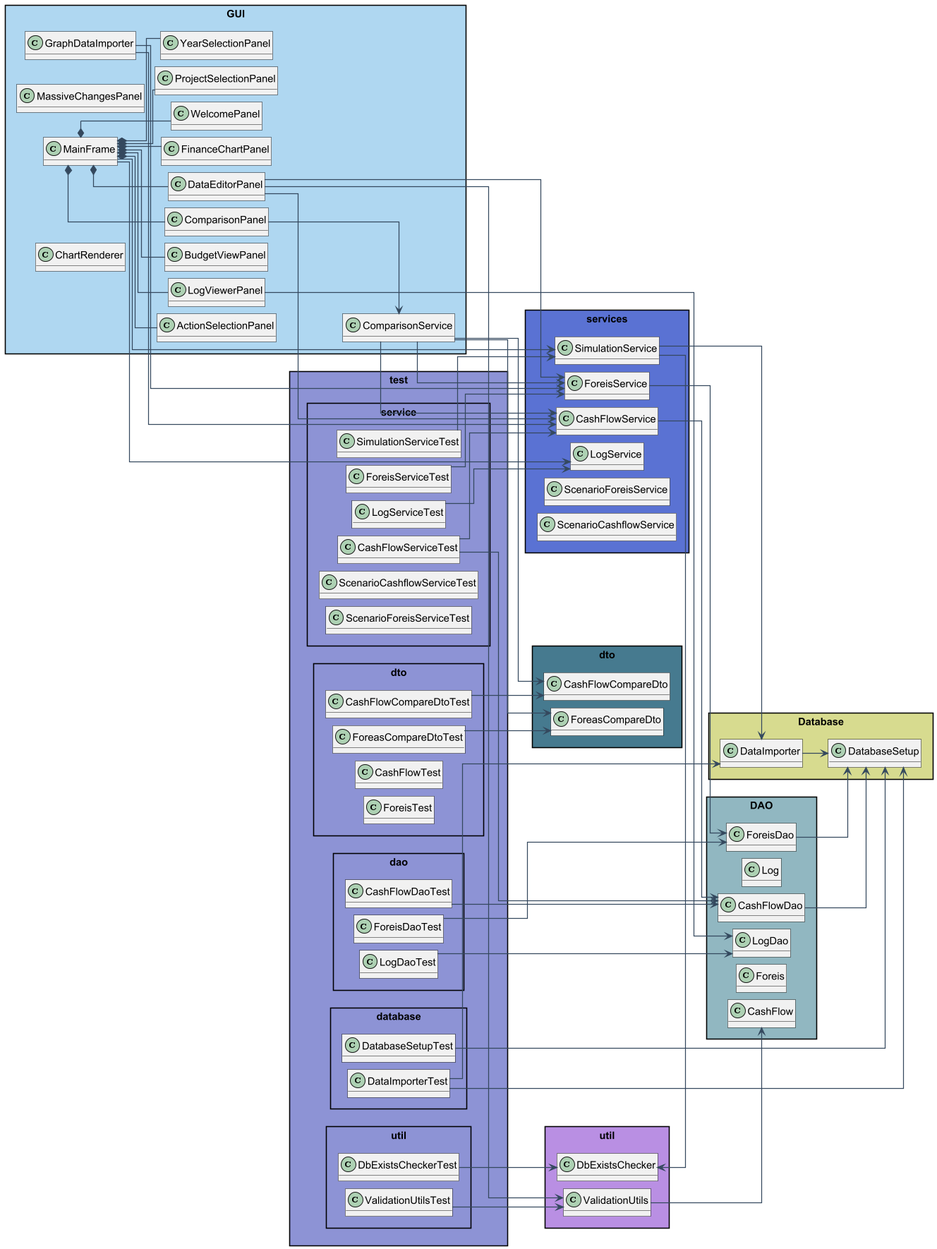
Before: docs/images/project_diagram.png, a diagram exported from PlantUML (FilothodorosChristos/404_NOT_FOUND).
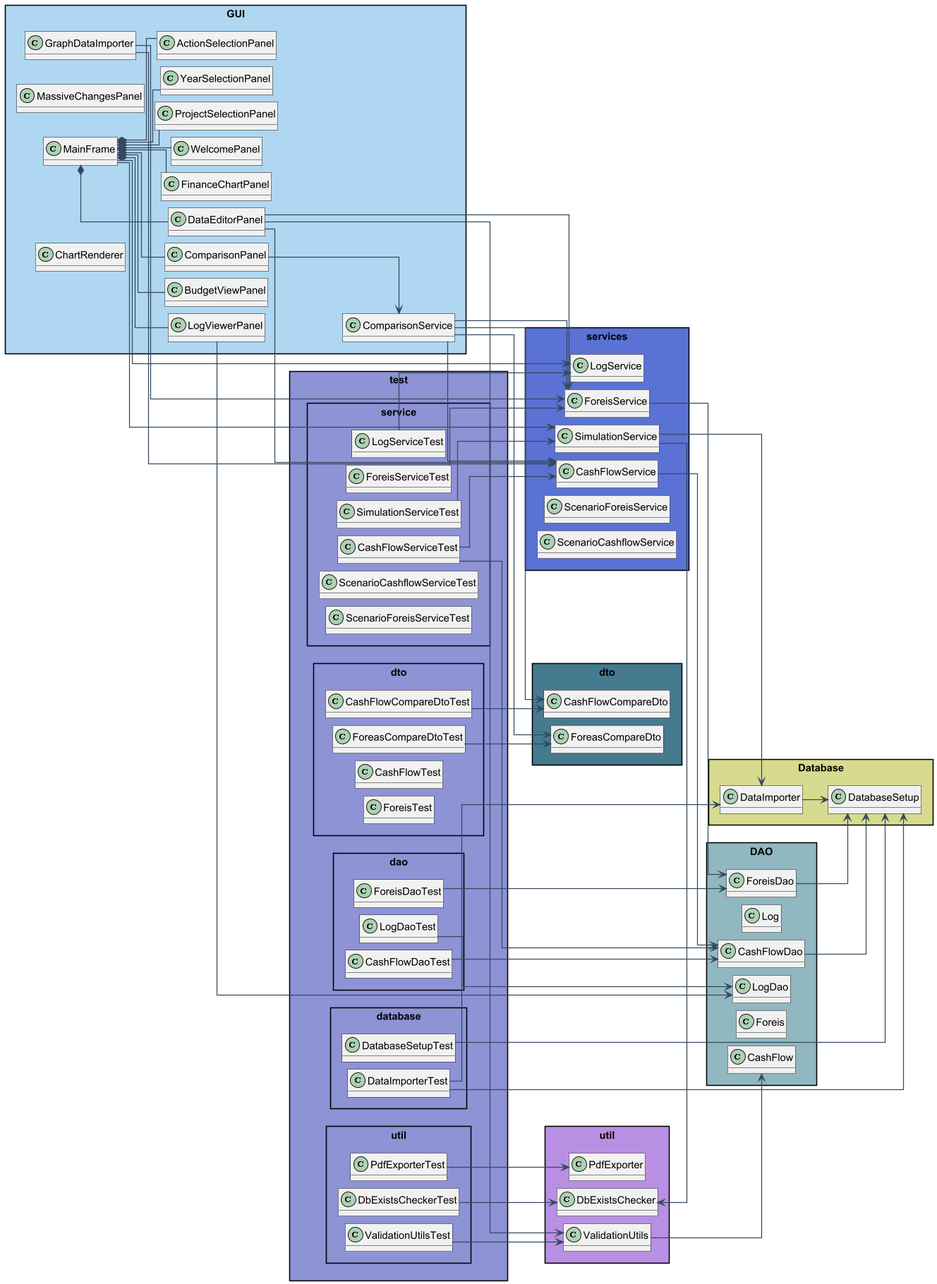
The same diagram one commit later.

Change to the diagram source:
```diff
@@ -254,6 +254,12 @@
         + static validatePositiveId(id : int, name : String) : void
         + static printBudgetStatus(cashflows : List<CashFlow>) : void
     }
+    class PdfExporter {
+        + exportToPdf(year : int, type : String, filePath : String) : void
+        + generateBudgetReport(year : int, type : String) : Document
+        - formatCurrency(amount : double) : String
+        - addTableToPdf(document : Document, data : List<Object[]>, headers : String[]) : void
+    }
 }
 
 
@@ -382,6 +388,12 @@
         class ValidationUtilsTest {
             + testValidation()
         }
+
+        class PdfExporterTest {
+            + testExportToPdf()
+            + testGenerateBudgetReport()
+            + testFormatCurrency()
+        }
     }
 }
 
@@ -445,5 +457,6 @@
 
 test.util.DbExistsCheckerTest --> util.DbExistsChecker
 test.util.ValidationUtilsTest --> util.ValidationUtils
+test.util.PdfExporterTest --> util.PdfExporter
 
 @enduml
```
